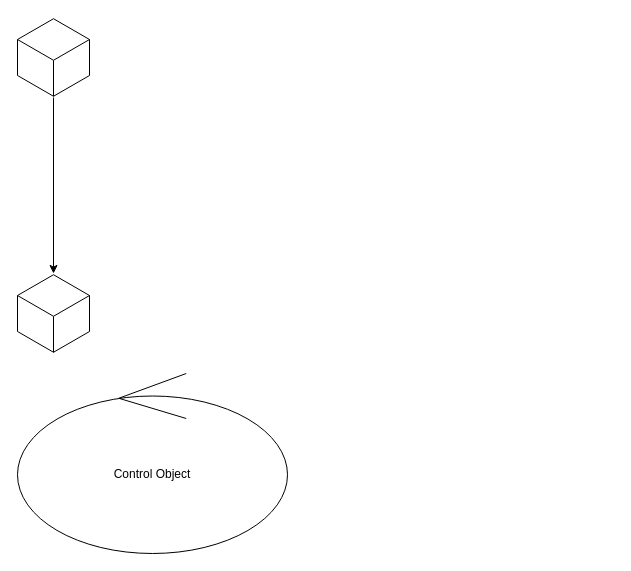
Before: Demo/test.drawio in dreamer2q/learnCpp, a draw.io diagram. Source tidied: cells renumbered, new cells numbered last; positions are measured from the earlier drawing's top-left corner, leaving out a move shared by most shapes. Both pictures are drawn from the tidied source at 100%, with x=0, y=0 at pixel (17, 17).
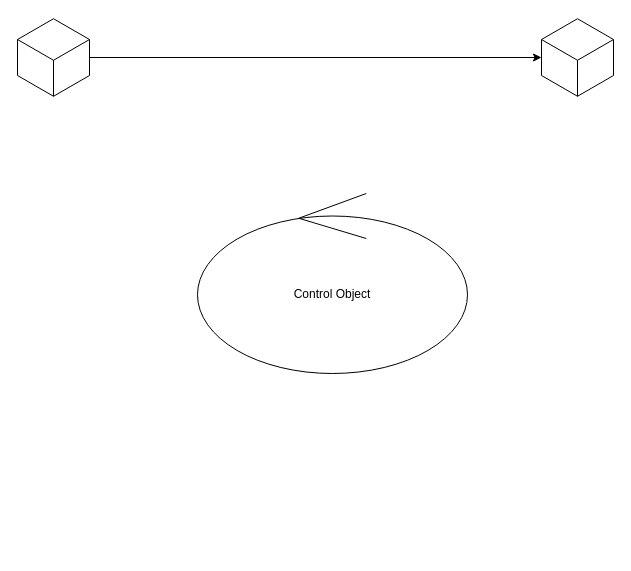
The same page after the edit.

What changed in the source:
```diff
@@
 <mxGraphModel>
   <root>
     <mxCell id="0" />
     <mxCell id="1" parent="0" />
     <mxCell id="2" style="edgeStyle=orthogonalEdgeStyle;rounded=0;jettySize=auto;html=1;" parent="1" edge="1" source="3" target="4">
       <mxGeometry relative="1" as="geometry" />
     </mxCell>
     <mxCell id="3" style="html=1;whiteSpace=wrap;shape=isoCube;backgroundOutline=1;" parent="1" vertex="1">
       <mxGeometry width="72" height="80" as="geometry" />
     </mxCell>
-    <mxCell id="4" style="html=1;whiteSpace=wrap;shape=isoCube;backgroundOutline=1;" parent="1" vertex="1">
-      <mxGeometry y="256" width="72" height="80" as="geometry" />
+    <mxCell id="4" style="html=1;whiteSpace=wrap;shape=isoCube;backgroundOutline=1;direction=south;rotation=-90;" parent="1" vertex="1">
+      <mxGeometry x="520" y="4" width="80" height="72" as="geometry" />
     </mxCell>
     <mxCell id="5" value="Control Object" style="ellipse;shape=umlControl;whiteSpace=wrap;html=1;" parent="1" vertex="1">
-      <mxGeometry y="356" width="270" height="180" as="geometry" />
+      <mxGeometry x="180" y="176" width="270" height="180" as="geometry" />
     </mxCell>
   </root>
 </mxGraphModel>
```
